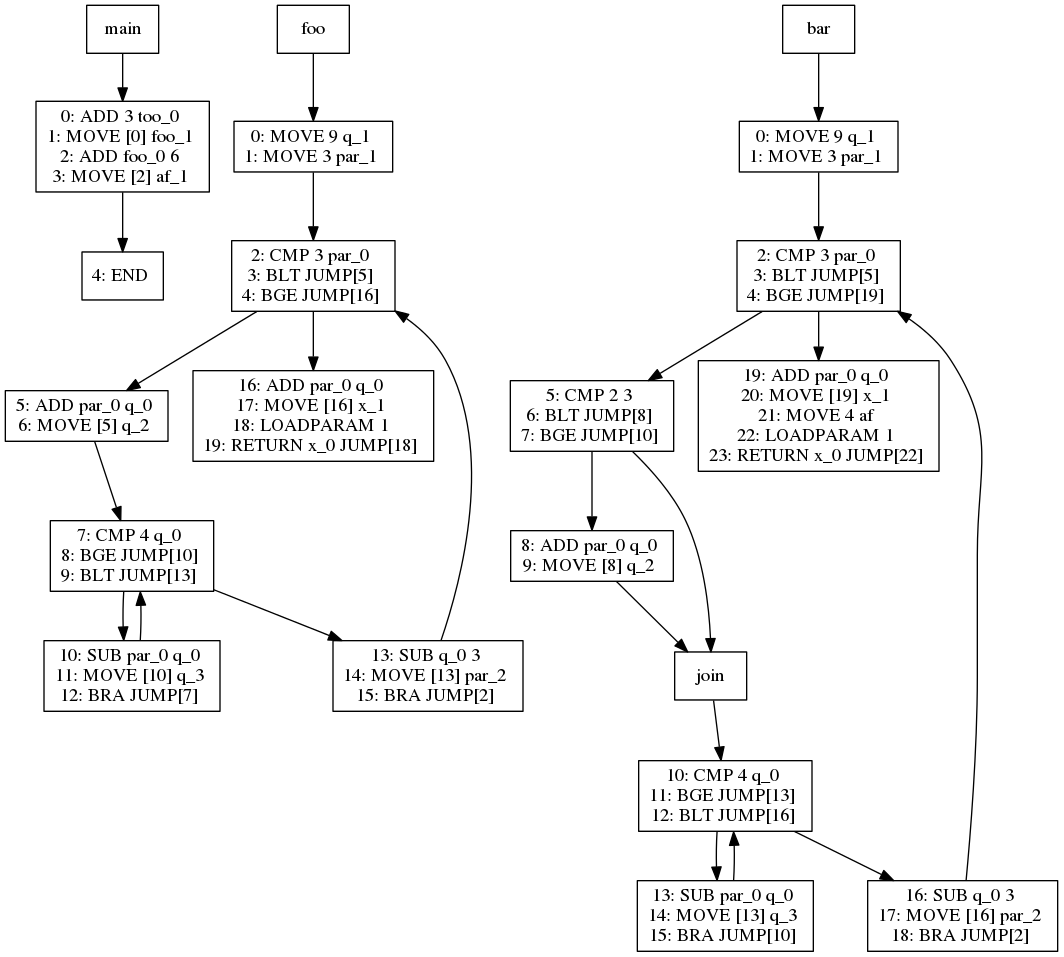
The Graphviz diagram viz/test015.dot.png in jiahanwang/PL241-Compiler, before a commit. Its source is kept beside it as viz/test015.dot.
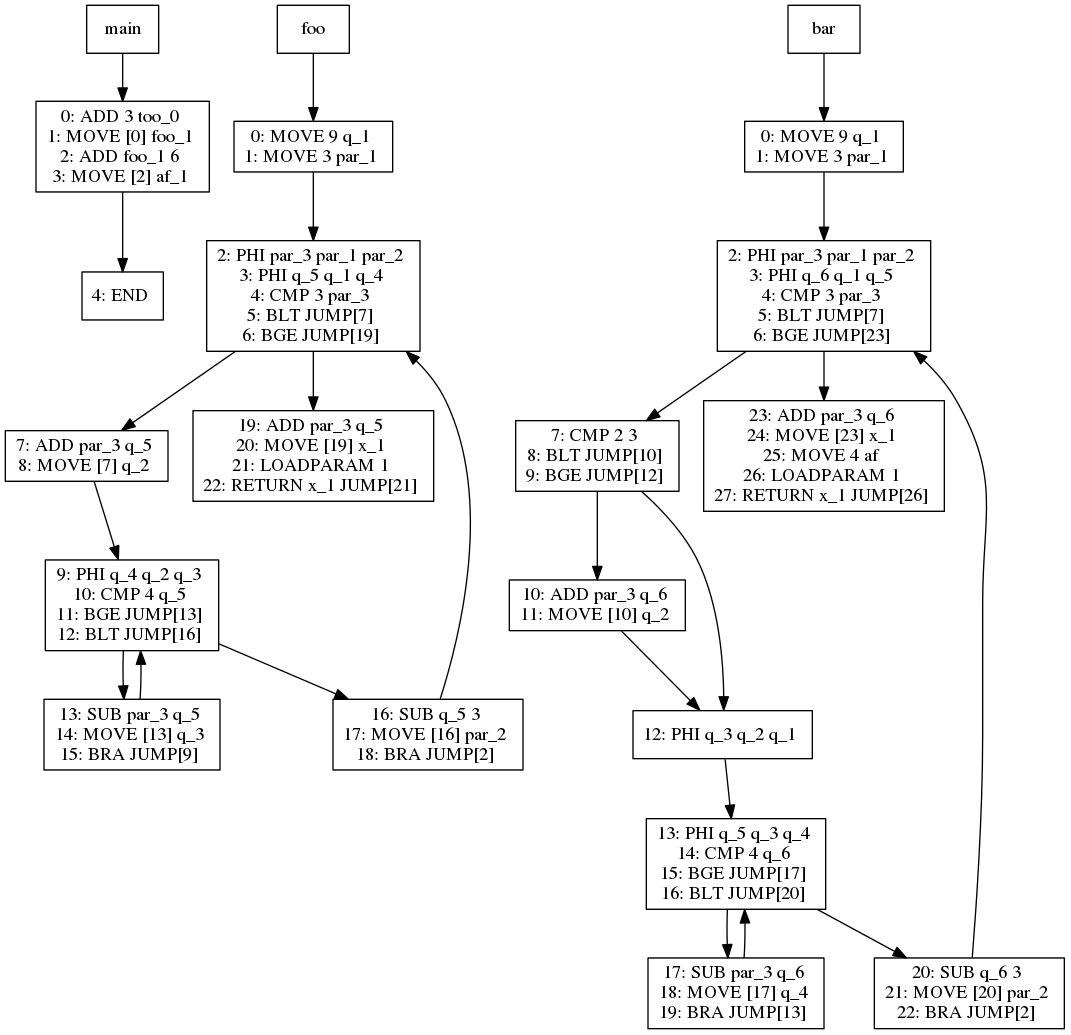
Later version of the same file.

Diff of the diagram source:
```diff
@@ -4,7 +4,7 @@
 1 -> 33
 33[label="0: ADD 3 too_0
 1: MOVE [0] foo_1
-2: ADD foo_0 6
+2: ADD foo_1 6
 3: MOVE [2] af_1
 "]
 33 -> 35
@@ -16,36 +16,39 @@
 1: MOVE 3 par_1
 "]
 22 -> 24
-24[label="2: CMP 3 par_0
-3: BLT JUMP[5]
-4: BGE JUMP[16]
+24[label="2: PHI par_3 par_1 par_2
+3: PHI q_5 q_1 q_4
+4: CMP 3 par_3
+5: BLT JUMP[7]
+6: BGE JUMP[19]
 "]
 24 -> 26
-26[label="5: ADD par_0 q_0
-6: MOVE [5] q_2
+26[label="7: ADD par_3 q_5
+8: MOVE [7] q_2
 "]
 26 -> 27
-27[label="7: CMP 4 q_0
-8: BGE JUMP[10]
-9: BLT JUMP[13]
+27[label="9: PHI q_4 q_2 q_3
+10: CMP 4 q_5
+11: BGE JUMP[13]
+12: BLT JUMP[16]
 "]
 27 -> 29
-29[label="10: SUB par_0 q_0
-11: MOVE [10] q_3
-12: BRA JUMP[7]
+29[label="13: SUB par_3 q_5
+14: MOVE [13] q_3
+15: BRA JUMP[9]
 "]
 29 -> 27
 27 -> 28
-28[label="13: SUB q_0 3
-14: MOVE [13] par_2
-15: BRA JUMP[2]
+28[label="16: SUB q_5 3
+17: MOVE [16] par_2
+18: BRA JUMP[2]
 "]
 28 -> 24
 24 -> 25
-25[label="16: ADD par_0 q_0
-17: MOVE [16] x_1
-18: LOADPARAM 1
-19: RETURN x_0 JUMP[18]
+25[label="19: ADD par_3 q_5
+20: MOVE [19] x_1
+21: LOADPARAM 1
+22: RETURN x_1 JUMP[21]
 "]
 4[label="bar"]
 4 -> 6
@@ -53,44 +56,48 @@
 1: MOVE 3 par_1
 "]
 6 -> 8
-8[label="2: CMP 3 par_0
-3: BLT JUMP[5]
-4: BGE JUMP[19]
+8[label="2: PHI par_3 par_1 par_2
+3: PHI q_6 q_1 q_5
+4: CMP 3 par_3
+5: BLT JUMP[7]
+6: BGE JUMP[23]
 "]
 8 -> 10
-10[label="5: CMP 2 3
-6: BLT JUMP[8]
-7: BGE JUMP[10]
+10[label="7: CMP 2 3
+8: BLT JUMP[10]
+9: BGE JUMP[12]
 "]
 10 -> 12
-12[label="8: ADD par_0 q_0
-9: MOVE [8] q_2
+12[label="10: ADD par_3 q_6
+11: MOVE [10] q_2
 "]
 12 -> 11
-11[label="join"]
+11[label="12: PHI q_3 q_2 q_1
+"]
 11 -> 13
-13[label="10: CMP 4 q_0
-11: BGE JUMP[13]
-12: BLT JUMP[16]
+13[label="13: PHI q_5 q_3 q_4
+14: CMP 4 q_6
+15: BGE JUMP[17]
+16: BLT JUMP[20]
 "]
 13 -> 15
-15[label="13: SUB par_0 q_0
-14: MOVE [13] q_3
-15: BRA JUMP[10]
+15[label="17: SUB par_3 q_6
+18: MOVE [17] q_4
+19: BRA JUMP[13]
 "]
 15 -> 13
 13 -> 14
-14[label="16: SUB q_0 3
-17: MOVE [16] par_2
-18: BRA JUMP[2]
+14[label="20: SUB q_6 3
+21: MOVE [20] par_2
+22: BRA JUMP[2]
 "]
 14 -> 8
 10 -> 11
 8 -> 9
-9[label="19: ADD par_0 q_0
-20: MOVE [19] x_1
-21: MOVE 4 af
-22: LOADPARAM 1
-23: RETURN x_0 JUMP[22]
+9[label="23: ADD par_3 q_6
+24: MOVE [23] x_1
+25: MOVE 4 af
+26: LOADPARAM 1
+27: RETURN x_1 JUMP[26]
 "]
 }
```
